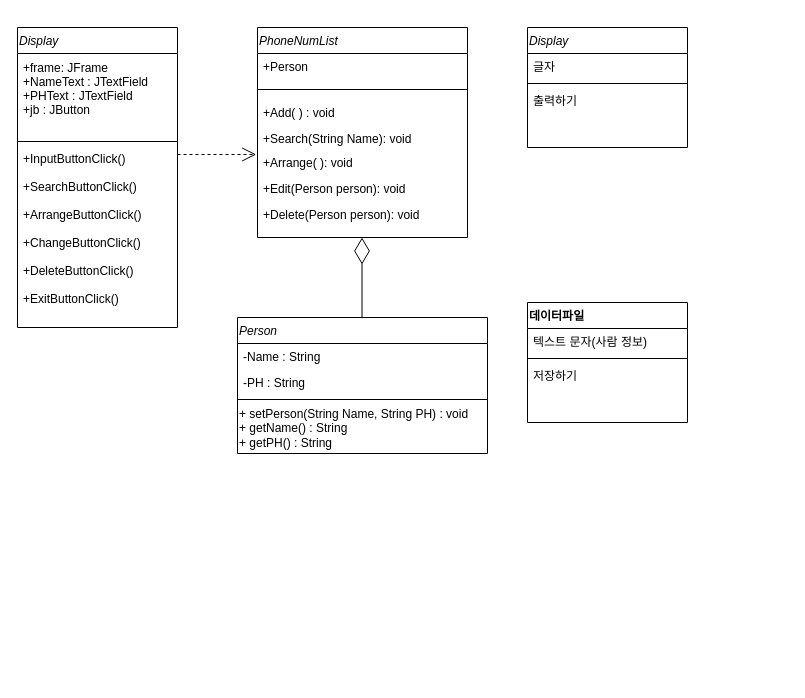
This is 순서도/전화번호부 클래스다이어그램_java.drawio from skatld123/PH_list_java, a draw.io file, before an edit. Source tidied: cells renumbered, new cells numbered last; positions are measured from the earlier drawing's top-left corner, leaving out a move shared by most shapes. Both pictures are drawn from the tidied source at 100%, with x=0, y=0 at pixel (17, 27).
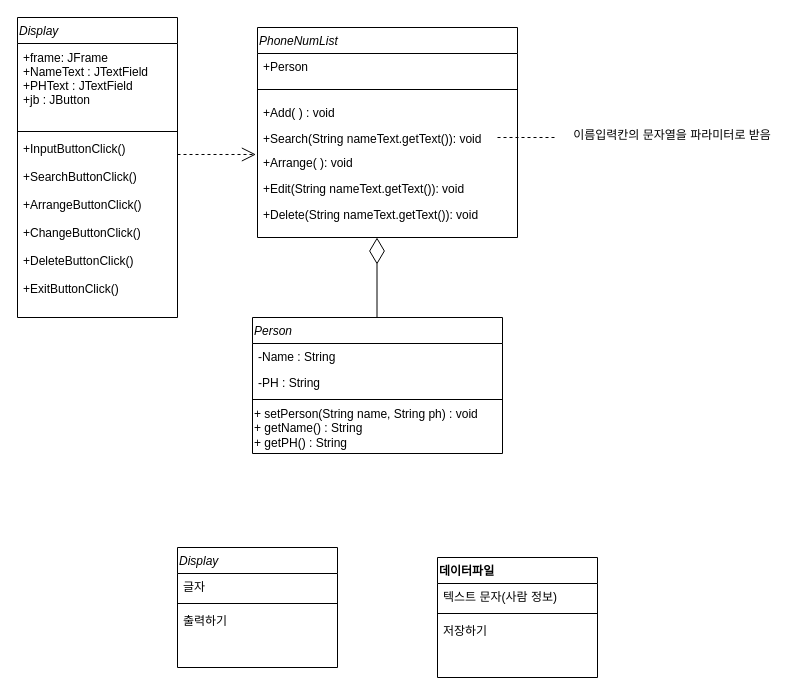
Above is the later version.

Commit message:
전화번호부 클래스다이어그램_java.drawio 업데이트

Diff of the diagram source:
```diff
@@
     <mxCell id="2" value="PhoneNumList" style="swimlane;fontStyle=2;align=left;verticalAlign=top;horizontal=1;startSize=26;rounded=0;shadow=0;strokeWidth=1;" parent="1" vertex="1">
-      <mxGeometry x="240" width="210" height="210" as="geometry" />
+      <mxGeometry x="240" width="260" height="210" as="geometry" />
     </mxCell>
     <mxCell id="3" value="+Person" style="text;align=left;verticalAlign=top;spacingLeft=4;spacingRight=4;overflow=hidden;" parent="2" vertex="1">
-      <mxGeometry y="26" width="210" height="26" as="geometry" />
+      <mxGeometry y="26" width="260" height="26" as="geometry" />
     </mxCell>
     <mxCell id="4" style="line;html=1;strokeWidth=1;align=left;verticalAlign=middle;spacingTop=-1;spacingLeft=3;spacingRight=3;labelPosition=right;" parent="2" vertex="1">
-      <mxGeometry y="52" width="210" height="20" as="geometry" />
+      <mxGeometry y="52" width="260" height="20" as="geometry" />
     </mxCell>
     <mxCell id="5" value="+Add( ) : void" style="text;strokeColor=none;fillColor=none;align=left;verticalAlign=top;spacingLeft=4;spacingRight=4;overflow=hidden;" parent="2" vertex="1">
-      <mxGeometry y="72" width="210" height="26" as="geometry" />
+      <mxGeometry y="72" width="260" height="26" as="geometry" />
     </mxCell>
-    <mxCell id="6" value="+Search(String Name): void" style="text;strokeColor=none;fillColor=none;align=left;verticalAlign=top;spacingLeft=4;spacingRight=4;overflow=hidden;" parent="2" vertex="1">
-      <mxGeometry y="98" width="210" height="24" as="geometry" />
+    <mxCell id="6" value="+Search(String nameText.getText()): void" style="text;strokeColor=none;fillColor=none;align=left;verticalAlign=top;spacingLeft=4;spacingRight=4;overflow=hidden;" parent="2" vertex="1">
+      <mxGeometry y="98" width="260" height="24" as="geometry" />
     </mxCell>
     <mxCell id="7" value="+Arrange( ): void" style="text;strokeColor=none;fillColor=none;align=left;verticalAlign=top;spacingLeft=4;spacingRight=4;overflow=hidden;points=[[0,0.5],[1,0.5]];portConstraint=eastwest;" parent="2" vertex="1">
-      <mxGeometry y="122" width="210" height="26" as="geometry" />
+      <mxGeometry y="122" width="260" height="26" as="geometry" />
     </mxCell>
@@
-    <mxCell id="9" value="+Edit(Person person): void" style="text;strokeColor=none;fillColor=none;align=left;verticalAlign=top;spacingLeft=4;spacingRight=4;overflow=hidden;" parent="2" vertex="1">
-      <mxGeometry y="148" width="210" height="26" as="geometry" />
+    <mxCell id="9" value="+Edit(String nameText.getText()): void" style="text;strokeColor=none;fillColor=none;align=left;verticalAlign=top;spacingLeft=4;spacingRight=4;overflow=hidden;" parent="2" vertex="1">
+      <mxGeometry y="148" width="260" height="26" as="geometry" />
     </mxCell>
-    <mxCell id="10" value="+Delete(Person person): void" style="text;strokeColor=none;fillColor=none;align=left;verticalAlign=top;spacingLeft=4;spacingRight=4;overflow=hidden;" parent="2" vertex="1">
-      <mxGeometry y="174" width="210" height="26" as="geometry" />
+    <mxCell id="10" value="+Delete(String nameText.getText()): void" style="text;strokeColor=none;fillColor=none;align=left;verticalAlign=top;spacingLeft=4;spacingRight=4;overflow=hidden;" parent="2" vertex="1">
+      <mxGeometry y="174" width="260" height="26" as="geometry" />
     </mxCell>
     <mxCell id="11" value="Person" style="swimlane;fontStyle=2;align=left;verticalAlign=top;horizontal=1;startSize=26;rounded=0;shadow=0;strokeWidth=1;" parent="1" vertex="1">
-      <mxGeometry x="220" y="290" width="250" height="136" as="geometry" />
+      <mxGeometry x="235" y="290" width="250" height="136" as="geometry" />
     </mxCell>
@@
-    <mxCell id="15" value="+ setPerson(String Name, String PH) : void&lt;br&gt;+ getName() : String&lt;br&gt;+ getPH() : String" style="text;html=1;align=left;verticalAlign=middle;" parent="11" vertex="1">
+    <mxCell id="15" value="+ setPerson(String name, String ph) : void&lt;br&gt;+ getName() : String&lt;br&gt;+ getPH() : String" style="text;html=1;align=left;verticalAlign=middle;" parent="11" vertex="1">
       <mxGeometry y="86" width="250" height="50" as="geometry" />
     </mxCell>
     <mxCell id="16" value="Display" style="swimlane;fontStyle=2;align=left;verticalAlign=top;horizontal=1;startSize=26;" parent="1" vertex="1">
-      <mxGeometry width="160" height="300" as="geometry" />
+      <mxGeometry y="-10" width="160" height="300" as="geometry" />
     </mxCell>
@@
     <mxCell id="20" style="endArrow=diamondThin;endFill=0;endSize=24;html=1;" parent="1" edge="1">
       <mxGeometry relative="1" as="geometry">
-        <mxPoint x="344.5" y="290" as="sourcePoint" />
-        <mxPoint x="344.5" y="210" as="targetPoint" />
+        <mxPoint x="359.5" y="290" as="sourcePoint" />
+        <mxPoint x="359.5" y="210" as="targetPoint" />
       </mxGeometry>
     </mxCell>
     <mxCell id="21" value="Display" style="swimlane;fontStyle=2;align=left;verticalAlign=top;horizontal=1;startSize=26;" parent="1" vertex="1">
-      <mxGeometry x="510" width="160" height="120" as="geometry" />
+      <mxGeometry x="160" y="520" width="160" height="120" as="geometry" />
     </mxCell>
@@
     <mxCell id="25" value="데이터파일" style="swimlane;fontStyle=1;align=left;verticalAlign=top;horizontal=1;startSize=26;" parent="1" vertex="1">
-      <mxGeometry x="510" y="275" width="160" height="120" as="geometry" />
+      <mxGeometry x="420" y="530" width="160" height="120" as="geometry" />
     </mxCell>
@@
+    <mxCell id="29" style="endArrow=none;dashed=1;html=1;" parent="1" edge="1">
+      <mxGeometry relative="1" as="geometry">
+        <mxPoint x="480" y="110" as="sourcePoint" />
+        <mxPoint x="540" y="110" as="targetPoint" />
+      </mxGeometry>
+    </mxCell>
+    <mxCell id="30" value="이름입력칸의 문자열을 파라미터로 받음" style="text;html=1;strokeColor=none;fillColor=none;align=center;verticalAlign=middle;whiteSpace=wrap;rounded=0;" parent="1" vertex="1">
+      <mxGeometry x="540" y="95" width="230" height="25" as="geometry" />
+    </mxCell>
```
